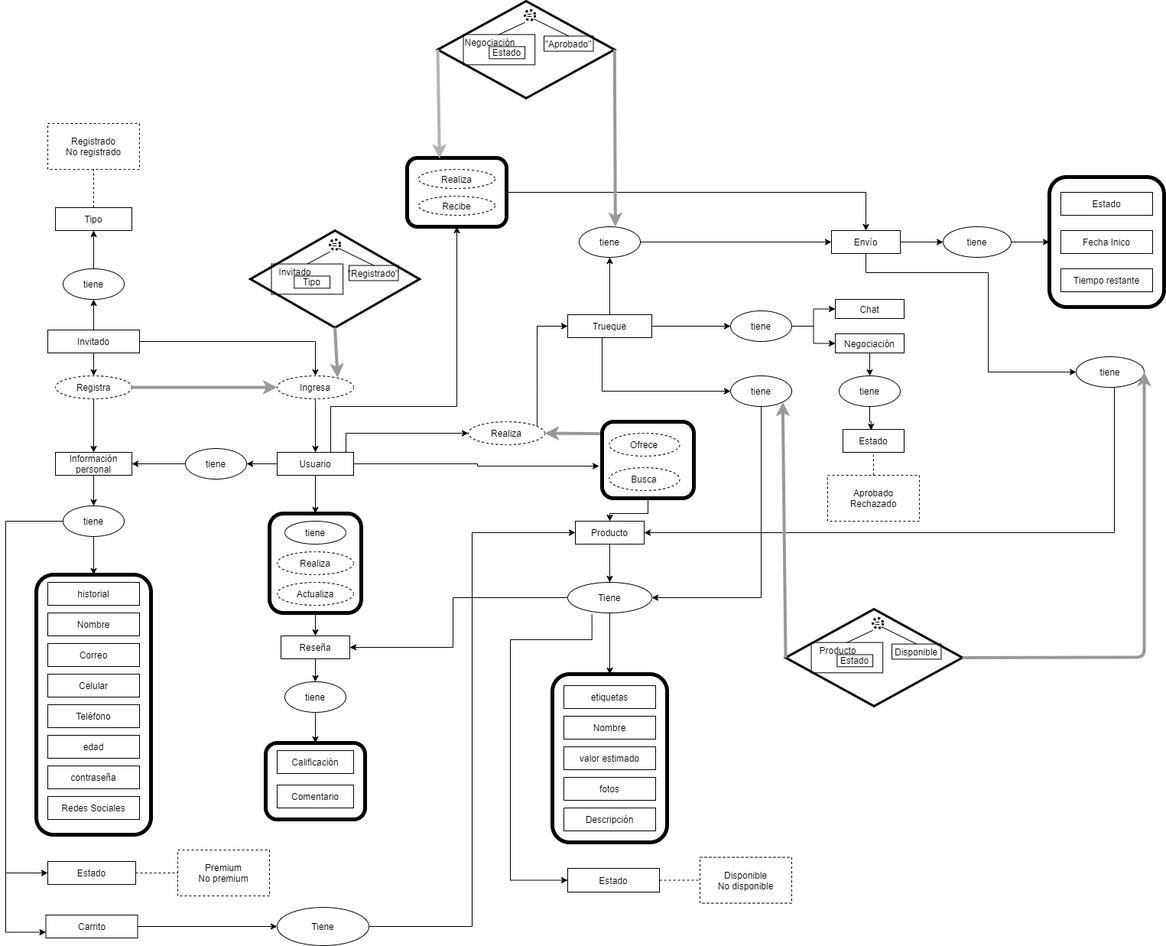
PabloRestrepo01/GreenLace keeps this draw.io diagram as Modelos/Modelo preconceptual.png. Above is the earlier version. Source tidied: cells renumbered, new cells last; positions are measured from the earlier drawing's top-left corner, leaving out a move shared by most shapes.
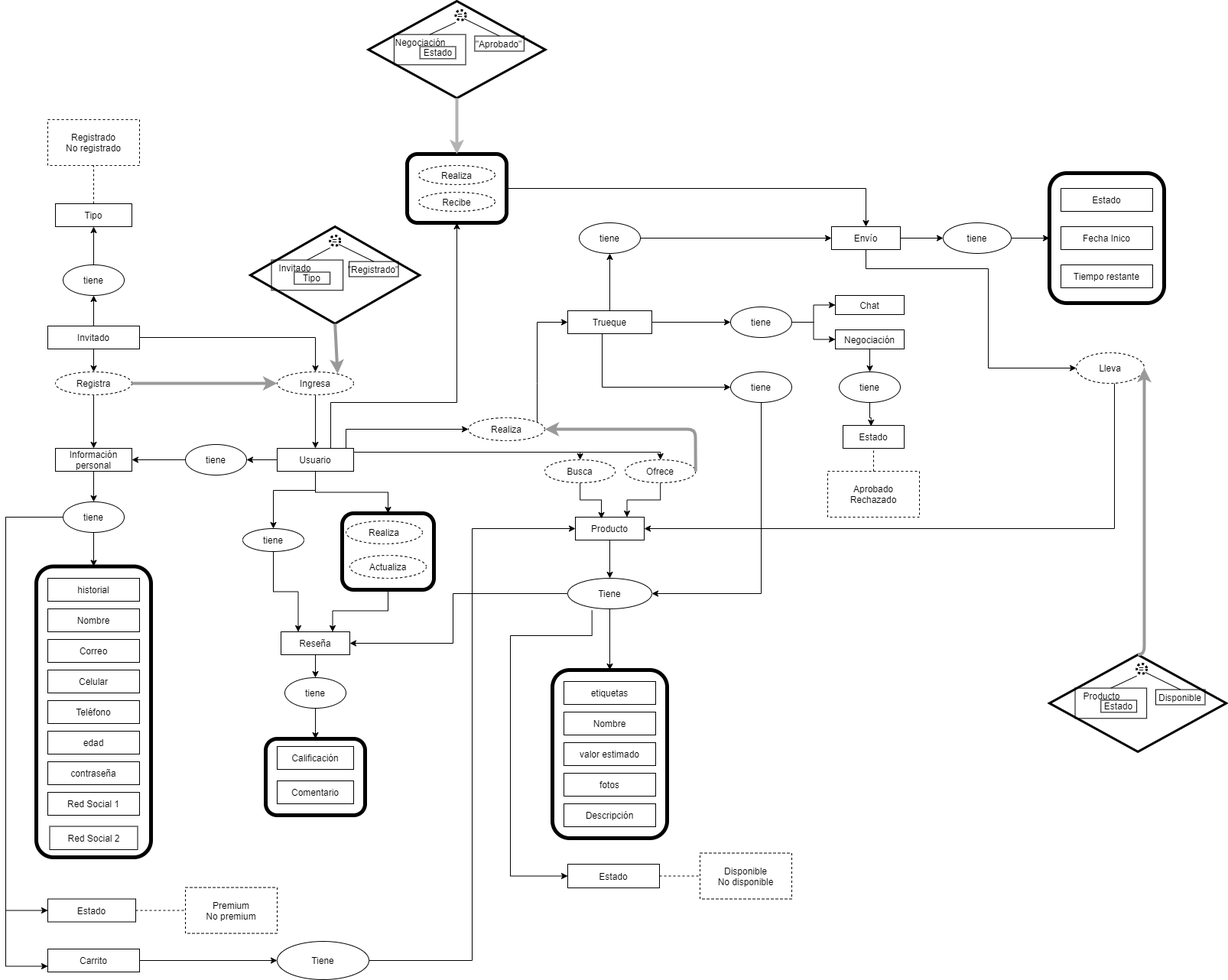
Above is the later version.

Commit message:
Modelo corregido

The edit, as a diff of the source:
```diff
@@ -36,11 +36,10 @@
         </Array>
       </mxGeometry>
     </mxCell>
-    <mxCell id="12" style="edgeStyle=orthogonalEdgeStyle;rounded=0;jettySize=auto;html=1;entryX=-0.033;entryY=0.58;entryDx=0;entryDy=0;entryPerimeter=0;" parent="1" edge="1" source="15" target="85">
+    <mxCell id="12" style="edgeStyle=orthogonalEdgeStyle;rounded=0;jettySize=auto;html=1;entryX=0.5;entryY=0;entryDx=0;entryDy=0;" parent="1" edge="1" source="15" target="83">
       <mxGeometry relative="1" as="geometry">
         <Array as="points">
-          <mxPoint x="617" y="605" />
-          <mxPoint x="617" y="608" />
+          <mxPoint x="751" y="595" />
         </Array>
       </mxGeometry>
     </mxCell>
@@ -55,6 +54,21 @@
         </Array>
       </mxGeometry>
     </mxCell>
+    <mxCell id="154" style="edgeStyle=orthogonalEdgeStyle;rounded=0;jettySize=auto;html=1;entryX=0.5;entryY=0;entryDx=0;entryDy=0;" parent="1" edge="1" source="15" target="84">
+      <mxGeometry relative="1" as="geometry">
+        <Array as="points">
+          <mxPoint x="856" y="595" />
+        </Array>
+      </mxGeometry>
+    </mxCell>
+    <mxCell id="155" style="edgeStyle=orthogonalEdgeStyle;rounded=0;jettySize=auto;html=1;entryX=0.5;entryY=0;entryDx=0;entryDy=0;" parent="1" edge="1" source="15" target="88">
+      <mxGeometry relative="1" as="geometry">
+        <Array as="points">
+          <mxPoint x="405" y="645" />
+          <mxPoint x="350" y="645" />
+        </Array>
+      </mxGeometry>
+    </mxCell>
     <mxCell id="15" value="Usuario" style="rounded=0;whiteSpace=wrap;html=1;" parent="1" vertex="1">
       <mxGeometry x="355" y="590" width="100" height="30" as="geometry" />
     </mxCell>
@@ -71,7 +85,7 @@
       <mxGeometry relative="1" as="geometry">
         <Array as="points">
           <mxPoint y="680" />
-          <mxPoint y="1140" />
+          <mxPoint y="1195" />
         </Array>
       </mxGeometry>
     </mxCell>
@@ -79,7 +93,7 @@
       <mxGeometry relative="1" as="geometry">
         <Array as="points">
           <mxPoint y="680" />
-          <mxPoint y="1218" />
+          <mxPoint y="1268" />
         </Array>
       </mxGeometry>
     </mxCell>
@@ -250,36 +264,6 @@
     <mxCell id="67" style="rounded=1;whiteSpace=wrap;html=1;shadow=0;glass=0;sketch=0;strokeColor=#000000;fillColor=none;strokeWidth=5;" parent="61" vertex="1">
       <mxGeometry width="150" height="220" as="geometry" />
     </mxCell>
-    <mxCell id="68" style="group;" parent="1" vertex="1">
-      <mxGeometry x="40" y="750" width="150" height="340" as="geometry" />
-    </mxCell>
-    <mxCell id="69" value="Correo" style="rounded=0;whiteSpace=wrap;html=1;" parent="68" vertex="1">
-      <mxGeometry x="15" y="90" width="120" height="30" as="geometry" />
-    </mxCell>
-    <mxCell id="70" value="Nombre" style="rounded=0;whiteSpace=wrap;html=1;" parent="68" vertex="1">
-      <mxGeometry x="15" y="50" width="120" height="30" as="geometry" />
-    </mxCell>
-    <mxCell id="71" value="Celular" style="rounded=0;whiteSpace=wrap;html=1;" parent="68" vertex="1">
-      <mxGeometry x="15" y="130" width="120" height="30" as="geometry" />
-    </mxCell>
-    <mxCell id="72" value="Teléfono" style="rounded=0;whiteSpace=wrap;html=1;" parent="68" vertex="1">
-      <mxGeometry x="15" y="170" width="120" height="30" as="geometry" />
-    </mxCell>
-    <mxCell id="73" value="Redes Sociales" style="rounded=0;whiteSpace=wrap;html=1;" parent="68" vertex="1">
-      <mxGeometry x="15" y="290" width="120" height="30" as="geometry" />
-    </mxCell>
-    <mxCell id="74" value="historial" style="rounded=0;whiteSpace=wrap;html=1;" parent="68" vertex="1">
-      <mxGeometry x="15" y="10" width="120" height="30" as="geometry" />
-    </mxCell>
-    <mxCell id="75" value="edad" style="rounded=0;whiteSpace=wrap;html=1;" parent="68" vertex="1">
-      <mxGeometry x="15" y="210" width="120" height="30" as="geometry" />
-    </mxCell>
-    <mxCell id="76" value="contraseña" style="rounded=0;whiteSpace=wrap;html=1;" parent="68" vertex="1">
-      <mxGeometry x="15" y="250" width="120" height="30" as="geometry" />
-    </mxCell>
-    <mxCell id="77" style="rounded=1;whiteSpace=wrap;html=1;shadow=0;glass=0;sketch=0;strokeColor=#000000;fillColor=none;strokeWidth=5;" parent="68" vertex="1">
-      <mxGeometry width="150" height="340" as="geometry" />
-    </mxCell>
     <mxCell id="78" style="group;" parent="1" vertex="1">
       <mxGeometry x="340" y="970" width="130" height="100" as="geometry" />
     </mxCell>
@@ -292,37 +276,7 @@
     <mxCell id="81" style="rounded=1;whiteSpace=wrap;html=1;shadow=0;glass=0;sketch=0;strokeColor=#000000;fillColor=none;strokeWidth=5;" parent="78" vertex="1">
       <mxGeometry width="130" height="100" as="geometry" />
     </mxCell>
-    <mxCell id="82" style="group;" parent="1" vertex="1">
-      <mxGeometry x="780" y="550" width="120" height="100" as="geometry" />
-    </mxCell>
-    <mxCell id="83" value="Busca" style="ellipse;whiteSpace=wrap;html=1;rounded=0;dashed=1;" parent="82" vertex="1">
-      <mxGeometry x="9.2" y="60" width="92.3" height="30" as="geometry" />
-    </mxCell>
-    <mxCell id="84" value="Ofrece" style="ellipse;whiteSpace=wrap;html=1;rounded=0;dashed=1;" parent="82" vertex="1">
-      <mxGeometry x="9.2" y="15" width="92.3" height="30" as="geometry" />
-    </mxCell>
-    <mxCell id="85" style="rounded=1;whiteSpace=wrap;html=1;shadow=0;glass=0;sketch=0;strokeColor=#000000;fillColor=none;strokeWidth=5;" parent="82" vertex="1">
-      <mxGeometry width="120" height="100" as="geometry" />
-    </mxCell>
-    <mxCell id="86" style="edgeStyle=orthogonalEdgeStyle;rounded=0;jettySize=auto;html=1;entryX=0.5;entryY=0;entryDx=0;entryDy=0;" parent="1" edge="1" source="85" target="27">
-      <mxGeometry relative="1" as="geometry" />
-    </mxCell>
-    <mxCell id="87" style="group;" parent="1" vertex="1">
-      <mxGeometry x="345" y="670" width="120" height="130" as="geometry" />
-    </mxCell>
-    <mxCell id="88" value="tiene" style="ellipse;whiteSpace=wrap;html=1;" parent="87" vertex="1">
-      <mxGeometry x="20" y="10" width="80" height="30" as="geometry" />
-    </mxCell>
-    <mxCell id="89" value="Realiza" style="ellipse;whiteSpace=wrap;html=1;rounded=0;dashed=1;" parent="87" vertex="1">
-      <mxGeometry x="10" y="50" width="100" height="30" as="geometry" />
-    </mxCell>
-    <mxCell id="90" value="Actualiza" style="ellipse;whiteSpace=wrap;html=1;rounded=0;dashed=1;" parent="87" vertex="1">
-      <mxGeometry x="10" y="90" width="100" height="30" as="geometry" />
-    </mxCell>
-    <mxCell id="91" style="rounded=1;whiteSpace=wrap;html=1;shadow=0;glass=0;sketch=0;strokeColor=#000000;fillColor=none;strokeWidth=5;" parent="87" vertex="1">
-      <mxGeometry width="120" height="130" as="geometry" />
-    </mxCell>
-    <mxCell id="92" style="edgeStyle=orthogonalEdgeStyle;rounded=0;jettySize=auto;html=1;entryX=0.5;entryY=0;entryDx=0;entryDy=0;" parent="1" edge="1" source="91" target="25">
+    <mxCell id="92" style="edgeStyle=orthogonalEdgeStyle;rounded=0;jettySize=auto;html=1;entryX=0.75;entryY=0;entryDx=0;entryDy=0;" parent="1" edge="1" source="91" target="25">
       <mxGeometry relative="1" as="geometry" />
     </mxCell>
     <mxCell id="93" style="edgeStyle=orthogonalEdgeStyle;rounded=0;jettySize=auto;html=1;entryX=0.5;entryY=0;entryDx=0;entryDy=0;" parent="1" edge="1" source="103" target="51">
@@ -398,7 +352,7 @@
       <mxGeometry relative="1" as="geometry" />
     </mxCell>
     <mxCell id="115" style="group;" parent="1" vertex="1">
-      <mxGeometry x="565" width="231.3" height="126.9" as="geometry" />
+      <mxGeometry x="474.4" y="5" width="231.3" height="126.9" as="geometry" />
     </mxCell>
     <mxCell id="116" value="=" style="ellipse;whiteSpace=wrap;html=1;rounded=0;shadow=0;glass=0;sketch=0;strokeColor=#000000;strokeWidth=3;fillColor=none;dashed=1;dashPattern=1 1;" parent="115" vertex="1">
       <mxGeometry x="114.1" y="11.9" width="13" height="13" as="geometry" />
@@ -429,20 +383,14 @@
     <mxCell id="124" style="endArrow=classic;html=1;entryX=0;entryY=0.5;entryDx=0;entryDy=0;exitX=1;exitY=0.5;exitDx=0;exitDy=0;fillColor=#f5f5f5;strokeWidth=4;strokeColor=#999999;" parent="1" edge="1" source="7" target="9">
       <mxGeometry relative="1" as="geometry" />
     </mxCell>
-    <mxCell id="125" style="endArrow=classic;html=1;entryX=1;entryY=0.5;entryDx=0;entryDy=0;exitX=-0.023;exitY=0.156;exitDx=0;exitDy=0;fillColor=#f5f5f5;strokeWidth=4;exitPerimeter=0;strokeColor=#999999;" parent="1" edge="1" source="85" target="33">
-      <mxGeometry relative="1" as="geometry" />
-    </mxCell>
     <mxCell id="126" style="endArrow=classic;html=1;entryX=0.79;entryY=0.078;entryDx=0;entryDy=0;exitX=0.5;exitY=1;exitDx=0;exitDy=0;fillColor=#f5f5f5;strokeWidth=4;entryPerimeter=0;strokeColor=#999999;" parent="1" edge="1" source="112" target="9">
       <mxGeometry relative="1" as="geometry" />
     </mxCell>
-    <mxCell id="127" style="endArrow=classic;html=1;exitX=0;exitY=0.5;exitDx=0;exitDy=0;fillColor=#f5f5f5;strokeWidth=4;entryX=0.326;entryY=0.007;entryDx=0;entryDy=0;entryPerimeter=0;strokeColor=#B3B3B3;" parent="1" edge="1" source="123" target="103">
+    <mxCell id="127" style="endArrow=classic;html=1;exitX=0.5;exitY=1;exitDx=0;exitDy=0;fillColor=#f5f5f5;strokeWidth=4;entryX=0.5;entryY=0;entryDx=0;entryDy=0;strokeColor=#B3B3B3;" parent="1" edge="1" source="123" target="103">
       <mxGeometry relative="1" as="geometry" />
     </mxCell>
-    <mxCell id="128" style="endArrow=classic;html=1;entryX=0.592;entryY=-0.004;entryDx=0;entryDy=0;exitX=1;exitY=0.5;exitDx=0;exitDy=0;fillColor=#f5f5f5;strokeWidth=4;entryPerimeter=0;strokeColor=#999999;" parent="1" edge="1" source="123" target="53">
-      <mxGeometry relative="1" as="geometry" />
-    </mxCell>
     <mxCell id="129" value="Estado" style="rounded=0;whiteSpace=wrap;html=1;strokeWidth=1;" parent="1" vertex="1">
-      <mxGeometry x="55" y="1125" width="115" height="30" as="geometry" />
+      <mxGeometry x="55" y="1179.5" width="115" height="30" as="geometry" />
     </mxCell>
     <mxCell id="130" value="Estado" style="rounded=0;whiteSpace=wrap;html=1;strokeWidth=1;" parent="1" vertex="1">
       <mxGeometry x="735" y="1134" width="120" height="31" as="geometry" />
@@ -454,7 +402,7 @@
       <mxGeometry relative="1" as="geometry" />
     </mxCell>
     <mxCell id="133" style="group;" parent="1" vertex="1">
-      <mxGeometry x="1020" y="795" width="231.3" height="126.9" as="geometry" />
+      <mxGeometry x="1365" y="860" width="231.3" height="126.9" as="geometry" />
     </mxCell>
     <mxCell id="134" value="=" style="ellipse;whiteSpace=wrap;html=1;rounded=0;shadow=0;glass=0;sketch=0;strokeColor=#000000;strokeWidth=3;fillColor=none;dashed=1;dashPattern=1 1;" parent="133" vertex="1">
       <mxGeometry x="114.1" y="11.9" width="13" height="13" as="geometry" />
@@ -499,36 +447,100 @@
         </Array>
       </mxGeometry>
     </mxCell>
-    <mxCell id="145" value="tiene" style="ellipse;whiteSpace=wrap;html=1;" parent="1" vertex="1">
+    <mxCell id="145" value="Lleva" style="ellipse;whiteSpace=wrap;html=1;dashed=1;" parent="1" vertex="1">
       <mxGeometry x="1400" y="465" width="89" height="40" as="geometry" />
     </mxCell>
-    <mxCell id="146" style="endArrow=classic;html=1;exitX=1;exitY=0.5;exitDx=0;exitDy=0;fillColor=#f5f5f5;strokeWidth=4;strokeColor=#999999;entryX=1;entryY=0.5;entryDx=0;entryDy=0;" parent="1" edge="1" source="141" target="145">
+    <mxCell id="146" style="endArrow=classic;html=1;exitX=0.5;exitY=0;exitDx=0;exitDy=0;fillColor=#f5f5f5;strokeWidth=4;strokeColor=#999999;entryX=1;entryY=0.5;entryDx=0;entryDy=0;" parent="1" edge="1" source="141" target="145">
       <mxGeometry relative="1" as="geometry">
         <Array as="points">
           <mxPoint x="1489" y="858" />
         </Array>
       </mxGeometry>
     </mxCell>
-    <mxCell id="147" style="endArrow=classic;html=1;exitX=0;exitY=0.5;exitDx=0;exitDy=0;fillColor=#f5f5f5;strokeWidth=4;strokeColor=#999999;entryX=1;entryY=1;entryDx=0;entryDy=0;" parent="1" edge="1" source="141" target="143">
-      <mxGeometry relative="1" as="geometry" />
-    </mxCell>
     <mxCell id="148" style="edgeStyle=orthogonalEdgeStyle;rounded=0;jettySize=auto;html=1;entryX=0;entryY=0.5;entryDx=0;entryDy=0;" parent="1" edge="1" source="149" target="151">
       <mxGeometry relative="1" as="geometry" />
     </mxCell>
     <mxCell id="149" value="Carrito" style="rounded=0;whiteSpace=wrap;html=1;strokeWidth=1;" parent="1" vertex="1">
-      <mxGeometry x="52.5" y="1195" width="120" height="30" as="geometry" />
+      <mxGeometry x="55" y="1245" width="120" height="30" as="geometry" />
     </mxCell>
     <mxCell id="150" style="edgeStyle=orthogonalEdgeStyle;rounded=0;jettySize=auto;html=1;entryX=0;entryY=0.5;entryDx=0;entryDy=0;" parent="1" edge="1" source="151" target="27">
       <mxGeometry relative="1" as="geometry" />
     </mxCell>
     <mxCell id="151" value="Tiene" style="ellipse;whiteSpace=wrap;html=1;strokeWidth=1;" parent="1" vertex="1">
-      <mxGeometry x="355" y="1185" width="120" height="50" as="geometry" />
+      <mxGeometry x="355" y="1235" width="120" height="50" as="geometry" />
     </mxCell>
     <mxCell id="152" value="Premium&lt;br&gt;No premium" style="rounded=0;whiteSpace=wrap;html=1;dashed=1;" parent="1" vertex="1">
-      <mxGeometry x="225" y="1110" width="120" height="60" as="geometry" />
+      <mxGeometry x="235" y="1164.5" width="120" height="60" as="geometry" />
     </mxCell>
     <mxCell id="153" style="endArrow=none;dashed=1;html=1;entryX=0;entryY=0.5;entryDx=0;entryDy=0;exitX=1;exitY=0.5;exitDx=0;exitDy=0;" parent="1" edge="1" source="129" target="152">
       <mxGeometry relative="1" as="geometry" />
     </mxCell>
+    <mxCell id="69" value="Correo" style="rounded=0;whiteSpace=wrap;html=1;" parent="1" vertex="1">
+      <mxGeometry x="55" y="840" width="120" height="30" as="geometry" />
+    </mxCell>
+    <mxCell id="70" value="Nombre" style="rounded=0;whiteSpace=wrap;html=1;" parent="1" vertex="1">
+      <mxGeometry x="55" y="800" width="120" height="30" as="geometry" />
+    </mxCell>
+    <mxCell id="71" value="Celular" style="rounded=0;whiteSpace=wrap;html=1;" parent="1" vertex="1">
+      <mxGeometry x="55" y="880" width="120" height="30" as="geometry" />
+    </mxCell>
+    <mxCell id="72" value="Teléfono" style="rounded=0;whiteSpace=wrap;html=1;" parent="1" vertex="1">
+      <mxGeometry x="55" y="920" width="120" height="30" as="geometry" />
+    </mxCell>
+    <mxCell id="73" value="Red Social 1" style="rounded=0;whiteSpace=wrap;html=1;" parent="1" vertex="1">
+      <mxGeometry x="55" y="1040" width="120" height="30" as="geometry" />
+    </mxCell>
+    <mxCell id="74" value="historial" style="rounded=0;whiteSpace=wrap;html=1;" parent="1" vertex="1">
+      <mxGeometry x="55" y="760" width="120" height="30" as="geometry" />
+    </mxCell>
+    <mxCell id="75" value="edad" style="rounded=0;whiteSpace=wrap;html=1;" parent="1" vertex="1">
+      <mxGeometry x="55" y="960" width="120" height="30" as="geometry" />
+    </mxCell>
+    <mxCell id="76" value="contraseña" style="rounded=0;whiteSpace=wrap;html=1;" parent="1" vertex="1">
+      <mxGeometry x="55" y="1000" width="120" height="30" as="geometry" />
+    </mxCell>
+    <mxCell id="77" style="rounded=1;whiteSpace=wrap;html=1;shadow=0;glass=0;sketch=0;strokeColor=#000000;fillColor=none;strokeWidth=5;" parent="1" vertex="1">
+      <mxGeometry x="40" y="744.5" width="150" height="380.5" as="geometry" />
+    </mxCell>
+    <mxCell id="156" value="Red Social 2" style="rounded=0;whiteSpace=wrap;html=1;" parent="1" vertex="1">
+      <mxGeometry x="57.5" y="1084.5" width="115" height="30.5" as="geometry" />
+    </mxCell>
+    <mxCell id="157" style="edgeStyle=orthogonalEdgeStyle;rounded=0;jettySize=auto;html=1;entryX=0.378;entryY=0.067;entryDx=0;entryDy=0;entryPerimeter=0;" parent="1" edge="1" source="83" target="27">
+      <mxGeometry relative="1" as="geometry" />
+    </mxCell>
+    <mxCell id="83" value="Busca" style="ellipse;whiteSpace=wrap;html=1;rounded=0;dashed=1;" parent="1" vertex="1">
+      <mxGeometry x="705" y="605" width="92.3" height="30" as="geometry" />
+    </mxCell>
+    <mxCell id="158" style="edgeStyle=orthogonalEdgeStyle;rounded=0;jettySize=auto;html=1;entryX=0.75;entryY=0;entryDx=0;entryDy=0;" parent="1" edge="1" source="84" target="27">
+      <mxGeometry relative="1" as="geometry" />
+    </mxCell>
+    <mxCell id="84" value="Ofrece" style="ellipse;whiteSpace=wrap;html=1;rounded=0;dashed=1;" parent="1" vertex="1">
+      <mxGeometry x="810" y="605" width="92.3" height="30" as="geometry" />
+    </mxCell>
+    <mxCell id="159" style="endArrow=classic;html=1;entryX=1;entryY=0.5;entryDx=0;entryDy=0;exitX=1;exitY=0.5;exitDx=0;exitDy=0;fillColor=#f5f5f5;strokeWidth=4;strokeColor=#999999;" parent="1" edge="1" source="84" target="33">
+      <mxGeometry relative="1" as="geometry">
+        <Array as="points">
+          <mxPoint x="902" y="565" />
+        </Array>
+      </mxGeometry>
+    </mxCell>
+    <mxCell id="160" style="edgeStyle=orthogonalEdgeStyle;rounded=0;jettySize=auto;html=1;entryX=0.25;entryY=0;entryDx=0;entryDy=0;" parent="1" edge="1" source="88" target="25">
+      <mxGeometry relative="1" as="geometry" />
+    </mxCell>
+    <mxCell id="88" value="tiene" style="ellipse;whiteSpace=wrap;html=1;" parent="1" vertex="1">
+      <mxGeometry x="310" y="695" width="80" height="30" as="geometry" />
+    </mxCell>
+    <mxCell id="161" style="group;" parent="1" vertex="1">
+      <mxGeometry x="440" y="675" width="120" height="100" as="geometry" />
+    </mxCell>
+    <mxCell id="89" value="Realiza" style="ellipse;whiteSpace=wrap;html=1;rounded=0;dashed=1;" parent="161" vertex="1">
+      <mxGeometry x="5" y="10" width="100" height="30" as="geometry" />
+    </mxCell>
+    <mxCell id="90" value="Actualiza" style="ellipse;whiteSpace=wrap;html=1;rounded=0;dashed=1;" parent="161" vertex="1">
+      <mxGeometry x="10" y="55" width="100" height="30" as="geometry" />
+    </mxCell>
+    <mxCell id="91" style="rounded=1;whiteSpace=wrap;html=1;shadow=0;glass=0;sketch=0;strokeColor=#000000;fillColor=none;strokeWidth=5;" parent="161" vertex="1">
+      <mxGeometry width="120" height="100" as="geometry" />
+    </mxCell>
   </root>
 </mxGraphModel>
```
